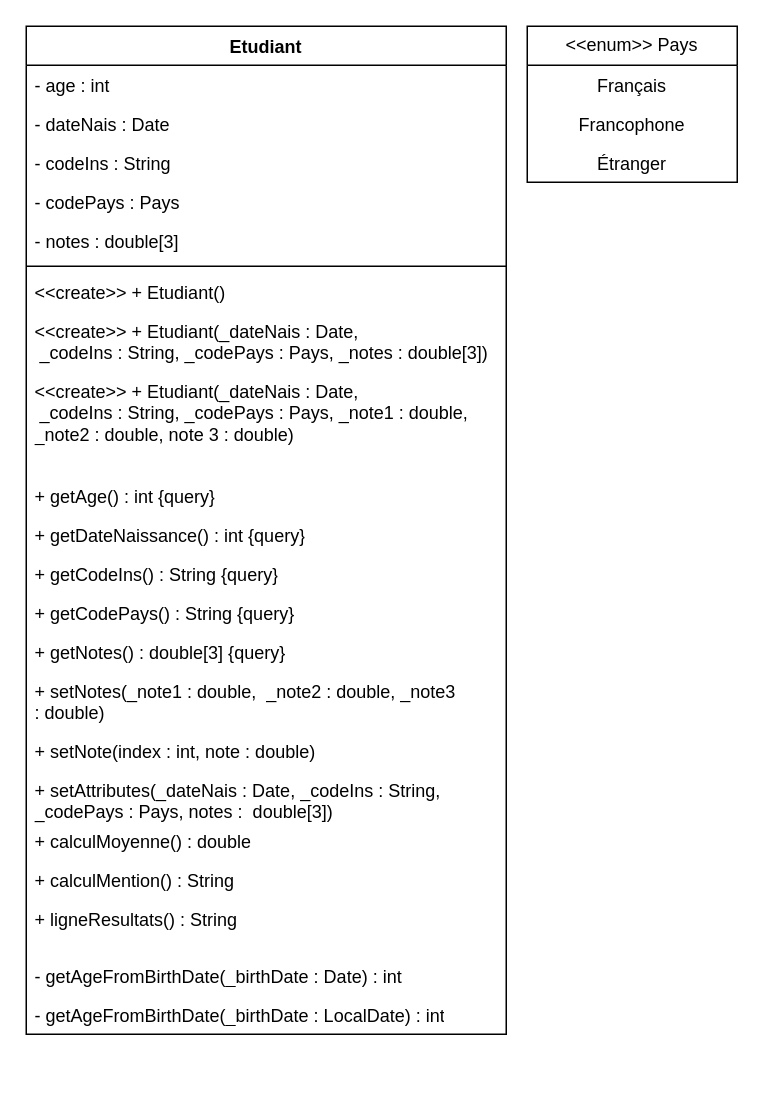
Byxis/HA8403I keeps this draw.io diagram as src/TP2/TD/TD2.drawio. Above is the earlier version. Source tidied: cells renumbered, new cells numbered last; positions are measured from the earlier drawing's top-left corner, leaving out a move shared by most shapes. Both pictures are drawn from the tidied source at 150%, with x=0, y=0 at pixel (26, 26).
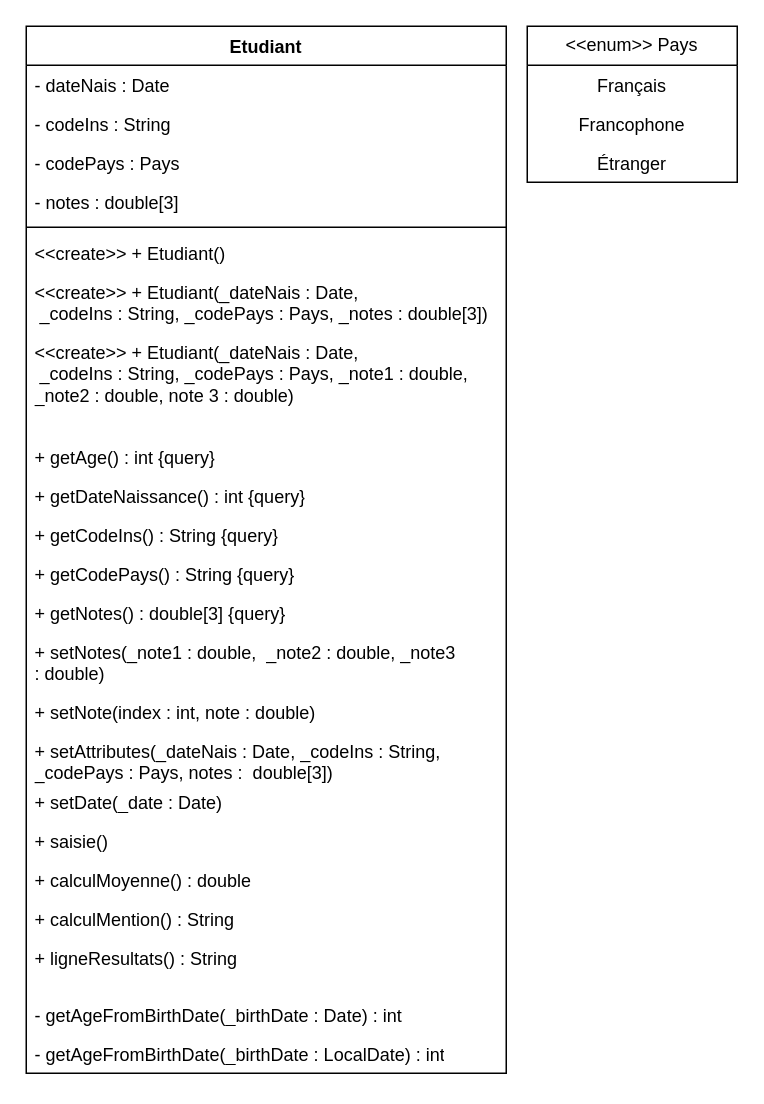
Above is the later version.

Change to the diagram source:
```diff
@@
     <mxCell id="2" value="Etudiant" style="swimlane;fontStyle=1;align=center;verticalAlign=top;horizontal=1;startSize=26;whiteSpace=wrap;html=1;" parent="1" vertex="1">
-      <mxGeometry width="320" height="672" as="geometry" />
+      <mxGeometry width="320" height="698" as="geometry" />
     </mxCell>
-    <mxCell id="3" value="&lt;div&gt;- age : int&lt;/div&gt;" style="text;align=left;verticalAlign=top;spacingLeft=4;spacingRight=4;overflow=hidden;whiteSpace=wrap;html=1;" parent="2" vertex="1">
-      <mxGeometry y="26" width="320" height="26" as="geometry" />
-    </mxCell>
     <mxCell id="4" value="- dateNais : Date" style="text;strokeColor=none;fillColor=none;align=left;verticalAlign=top;spacingLeft=4;spacingRight=4;overflow=hidden;whiteSpace=wrap;html=1;" parent="2" vertex="1">
-      <mxGeometry y="52" width="320" height="26" as="geometry" />
+      <mxGeometry y="26" width="320" height="26" as="geometry" />
     </mxCell>
     <mxCell id="5" value="- codeIns : String " style="text;strokeColor=none;fillColor=none;align=left;verticalAlign=top;spacingLeft=4;spacingRight=4;overflow=hidden;whiteSpace=wrap;html=1;" parent="2" vertex="1">
-      <mxGeometry y="78" width="320" height="26" as="geometry" />
+      <mxGeometry y="52" width="320" height="26" as="geometry" />
     </mxCell>
     <mxCell id="6" value="- codePays : Pays" style="text;strokeColor=none;fillColor=none;align=left;verticalAlign=top;spacingLeft=4;spacingRight=4;overflow=hidden;whiteSpace=wrap;html=1;" parent="2" vertex="1">
-      <mxGeometry y="104" width="320" height="26" as="geometry" />
+      <mxGeometry y="78" width="320" height="26" as="geometry" />
     </mxCell>
     <mxCell id="7" value="- notes : double[3]" style="text;strokeColor=none;fillColor=none;align=left;verticalAlign=top;spacingLeft=4;spacingRight=4;overflow=hidden;whiteSpace=wrap;html=1;" parent="2" vertex="1">
-      <mxGeometry y="130" width="320" height="26" as="geometry" />
+      <mxGeometry y="104" width="320" height="26" as="geometry" />
     </mxCell>
     <mxCell id="8" style="line;strokeWidth=1;fillColor=none;align=left;verticalAlign=middle;spacingTop=-1;spacingLeft=3;spacingRight=3;labelPosition=right;strokeColor=inherit;" parent="2" vertex="1">
-      <mxGeometry y="156" width="320" height="8" as="geometry" />
+      <mxGeometry y="130" width="320" height="8" as="geometry" />
     </mxCell>
     <mxCell id="9" value="&amp;lt;&amp;lt;create&amp;gt;&amp;gt; + Etudiant()" style="text;strokeColor=none;fillColor=none;align=left;verticalAlign=top;spacingLeft=4;spacingRight=4;overflow=hidden;whiteSpace=wrap;html=1;" parent="2" vertex="1">
-      <mxGeometry y="164" width="320" height="26" as="geometry" />
+      <mxGeometry y="138" width="320" height="26" as="geometry" />
     </mxCell>
     <mxCell id="10" value="&lt;div&gt;&amp;lt;&amp;lt;create&amp;gt;&amp;gt; + Etudiant(_dateNais : Date,&lt;/div&gt;&lt;div&gt;&amp;nbsp;_codeIns : String, _codePays : Pays, _notes : double[3])&lt;/div&gt;" style="text;align=left;verticalAlign=top;spacingLeft=4;spacingRight=4;overflow=hidden;whiteSpace=wrap;html=1;" parent="2" vertex="1">
-      <mxGeometry y="190" width="320" height="40" as="geometry" />
+      <mxGeometry y="164" width="320" height="40" as="geometry" />
     </mxCell>
     <mxCell id="11" value="&lt;div&gt;&amp;lt;&amp;lt;create&amp;gt;&amp;gt; + Etudiant(_dateNais : Date,&lt;/div&gt;&lt;div&gt;&amp;nbsp;_codeIns : String, _codePays : Pays, _note1 : double, _note2 : double, note 3 : double)&lt;/div&gt;" style="text;align=left;verticalAlign=top;spacingLeft=4;spacingRight=4;overflow=hidden;whiteSpace=wrap;html=1;" parent="2" vertex="1">
-      <mxGeometry y="230" width="320" height="70" as="geometry" />
+      <mxGeometry y="204" width="320" height="70" as="geometry" />
     </mxCell>
     <mxCell id="12" value="&lt;div&gt;+ getAge() : int {query}&lt;br&gt;&lt;/div&gt;" style="text;strokeColor=none;fillColor=none;align=left;verticalAlign=top;spacingLeft=4;spacingRight=4;overflow=hidden;whiteSpace=wrap;html=1;" parent="2" vertex="1">
-      <mxGeometry y="300" width="320" height="26" as="geometry" />
+      <mxGeometry y="274" width="320" height="26" as="geometry" />
     </mxCell>
     <mxCell id="13" value="+ getDateNaissance() : int {query}" style="text;strokeColor=none;fillColor=none;align=left;verticalAlign=top;spacingLeft=4;spacingRight=4;overflow=hidden;whiteSpace=wrap;html=1;" parent="2" vertex="1">
-      <mxGeometry y="326" width="320" height="26" as="geometry" />
+      <mxGeometry y="300" width="320" height="26" as="geometry" />
     </mxCell>
     <mxCell id="14" value="&lt;div&gt;+ getCodeIns() : String {query}&lt;br&gt;&lt;/div&gt;" style="text;strokeColor=none;fillColor=none;align=left;verticalAlign=top;spacingLeft=4;spacingRight=4;overflow=hidden;whiteSpace=wrap;html=1;" parent="2" vertex="1">
-      <mxGeometry y="352" width="320" height="26" as="geometry" />
+      <mxGeometry y="326" width="320" height="26" as="geometry" />
     </mxCell>
     <mxCell id="15" value="&lt;div&gt;+ getCodePays() : String {query}&lt;br&gt;&lt;/div&gt;" style="text;strokeColor=none;fillColor=none;align=left;verticalAlign=top;spacingLeft=4;spacingRight=4;overflow=hidden;whiteSpace=wrap;html=1;" parent="2" vertex="1">
-      <mxGeometry y="378" width="320" height="26" as="geometry" />
+      <mxGeometry y="352" width="320" height="26" as="geometry" />
     </mxCell>
     <mxCell id="16" value="&lt;div&gt;+ getNotes() : double[3] {query}&lt;br&gt;&lt;/div&gt;" style="text;strokeColor=none;fillColor=none;align=left;verticalAlign=top;spacingLeft=4;spacingRight=4;overflow=hidden;whiteSpace=wrap;html=1;" parent="2" vertex="1">
-      <mxGeometry y="404" width="320" height="26" as="geometry" />
+      <mxGeometry y="378" width="320" height="26" as="geometry" />
     </mxCell>
     <mxCell id="17" value="+ setNotes(_note1 :&amp;nbsp;double,&amp;nbsp; _note2 :&amp;nbsp;double, _note3 :&amp;nbsp;double)" style="text;strokeColor=none;fillColor=none;align=left;verticalAlign=top;spacingLeft=4;spacingRight=4;overflow=hidden;whiteSpace=wrap;html=1;" parent="2" vertex="1">
-      <mxGeometry y="430" width="320" height="40" as="geometry" />
+      <mxGeometry y="404" width="320" height="40" as="geometry" />
     </mxCell>
     <mxCell id="18" value="+ setNote(index : int, note : double)" style="text;strokeColor=none;fillColor=none;align=left;verticalAlign=top;spacingLeft=4;spacingRight=4;overflow=hidden;whiteSpace=wrap;html=1;" parent="2" vertex="1">
-      <mxGeometry y="470" width="320" height="26" as="geometry" />
+      <mxGeometry y="444" width="320" height="26" as="geometry" />
     </mxCell>
     <mxCell id="19" value="&lt;div&gt;+ setAttributes(_dateNais : Date, _codeIns : String, _codePays :&amp;nbsp;Pays, notes :&amp;nbsp; double[3])&lt;/div&gt;" style="text;strokeColor=none;fillColor=none;align=left;verticalAlign=top;spacingLeft=4;spacingRight=4;overflow=hidden;whiteSpace=wrap;html=1;" parent="2" vertex="1">
-      <mxGeometry y="496" width="320" height="34" as="geometry" />
+      <mxGeometry y="470" width="320" height="34" as="geometry" />
     </mxCell>
+    <mxCell id="29" value="+ setDate(_date : Date)" style="text;strokeColor=none;fillColor=none;align=left;verticalAlign=top;spacingLeft=4;spacingRight=4;overflow=hidden;whiteSpace=wrap;html=1;" parent="2" vertex="1">
+      <mxGeometry y="504" width="320" height="26" as="geometry" />
+    </mxCell>
+    <mxCell id="30" value="+ saisie()" style="text;strokeColor=none;fillColor=none;align=left;verticalAlign=top;spacingLeft=4;spacingRight=4;overflow=hidden;whiteSpace=wrap;html=1;" parent="2" vertex="1">
+      <mxGeometry y="530" width="320" height="26" as="geometry" />
+    </mxCell>
     <mxCell id="20" value="+ calculMoyenne() : double" style="text;strokeColor=none;fillColor=none;align=left;verticalAlign=top;spacingLeft=4;spacingRight=4;overflow=hidden;whiteSpace=wrap;html=1;" parent="2" vertex="1">
-      <mxGeometry y="530" width="320" height="26" as="geometry" />
+      <mxGeometry y="556" width="320" height="26" as="geometry" />
     </mxCell>
     <mxCell id="21" value="+ calculMention() : String" style="text;strokeColor=none;fillColor=none;align=left;verticalAlign=top;spacingLeft=4;spacingRight=4;overflow=hidden;whiteSpace=wrap;html=1;" parent="2" vertex="1">
-      <mxGeometry y="556" width="320" height="26" as="geometry" />
+      <mxGeometry y="582" width="320" height="26" as="geometry" />
     </mxCell>
     <mxCell id="22" value="+ ligneResultats() : String" style="text;strokeColor=none;fillColor=none;align=left;verticalAlign=top;spacingLeft=4;spacingRight=4;overflow=hidden;whiteSpace=wrap;html=1;" parent="2" vertex="1">
-      <mxGeometry y="582" width="320" height="38" as="geometry" />
+      <mxGeometry y="608" width="320" height="38" as="geometry" />
     </mxCell>
     <mxCell id="23" value="- getAgeFromBirthDate(_birthDate : Date) : int" style="text;strokeColor=none;fillColor=none;align=left;verticalAlign=top;spacingLeft=4;spacingRight=4;overflow=hidden;whiteSpace=wrap;html=1;" parent="2" vertex="1">
-      <mxGeometry y="620" width="320" height="26" as="geometry" />
+      <mxGeometry y="646" width="320" height="26" as="geometry" />
     </mxCell>
     <mxCell id="24" value="- getAgeFromBirthDate(_birthDate : LocalDate) : int" style="text;strokeColor=none;fillColor=none;align=left;verticalAlign=top;spacingLeft=4;spacingRight=4;overflow=hidden;whiteSpace=wrap;html=1;" parent="2" vertex="1">
-      <mxGeometry y="646" width="320" height="26" as="geometry" />
+      <mxGeometry y="672" width="320" height="26" as="geometry" />
     </mxCell>
```
